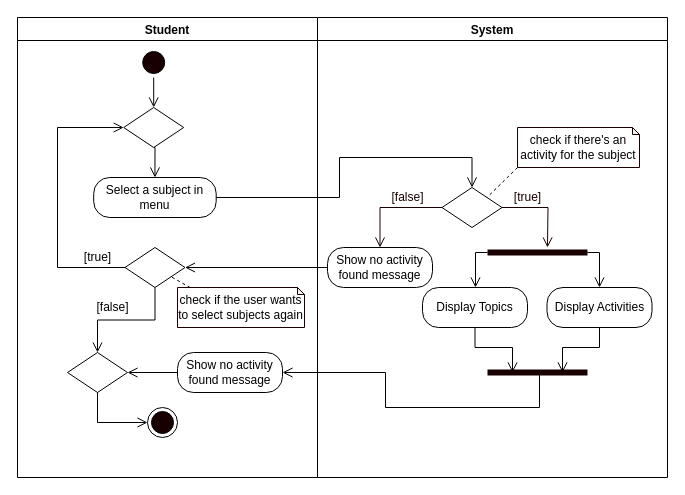
The draw.io diagram page "Open Subjects" (1 of 7) of REVISIONS/UML-DIAGRAMS/6-28-2021/ACTIVITY DIAGRAM/ACTIVITY DIAGRAM3.drawio in mrklglsn/CAPSTONE-FILES, before the edit. Source tidied: cells renumbered, new cells numbered last; positions are measured from the earlier drawing's top-left corner, leaving out a move shared by most shapes. Both pictures are drawn from the tidied source at 100%, with x=0, y=0 at pixel (17, 17).
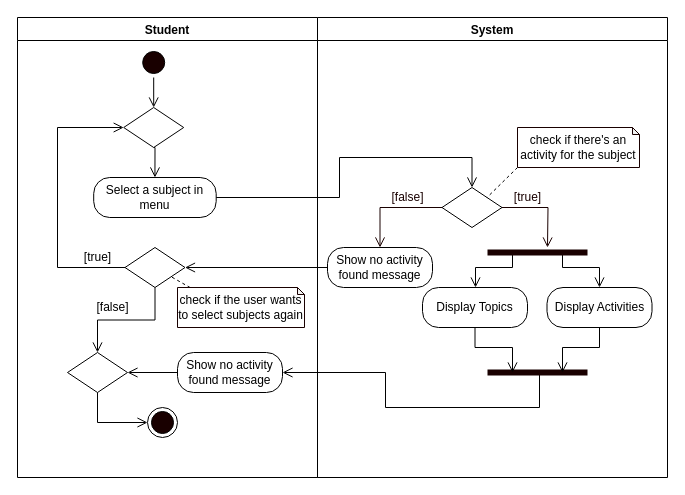
After the change.

Unchanged cells that the change refers to:
```xml
<mxCell id="19" value="System" style="swimlane;" parent="1" vertex="1">
  <mxGeometry x="300" width="350" height="460" as="geometry" />
</mxCell>
<mxCell id="30" style="shape=line;html=1;strokeWidth=6;strokeColor=#190000;" parent="19" vertex="1">
  <mxGeometry x="170" y="230" width="100" height="10" as="geometry" />
</mxCell>
<mxCell id="31" value="Display Topics" style="rounded=1;whiteSpace=wrap;html=1;arcSize=40;" parent="19" vertex="1">
  <mxGeometry x="105" y="270" width="105" height="40" as="geometry" />
</mxCell>
<mxCell id="32" value="Display Activities" style="rounded=1;whiteSpace=wrap;html=1;arcSize=40;" parent="19" vertex="1">
  <mxGeometry x="229.5" y="270" width="105" height="40" as="geometry" />
</mxCell>
```

Diff of the diagram source:
```diff
@@
-    <mxCell id="28" style="edgeStyle=orthogonalEdgeStyle;rounded=0;jettySize=auto;html=1;exitX=1;exitY=0.5;exitDx=0;exitDy=0;exitPerimeter=0;entryX=0.5;entryY=0;entryDx=0;entryDy=0;endArrow=open;endFill=0;endSize=8;" parent="19" edge="1" source="30" target="32">
-      <mxGeometry relative="1" as="geometry" />
+    <mxCell id="28" style="edgeStyle=orthogonalEdgeStyle;rounded=0;jettySize=auto;html=1;exitX=0.75;exitY=0.5;exitDx=0;exitDy=0;exitPerimeter=0;entryX=0.5;entryY=0;entryDx=0;entryDy=0;endArrow=open;endFill=0;endSize=8;" parent="19" edge="1" source="30" target="32">
+      <mxGeometry relative="1" as="geometry">
+        <Array as="points">
+          <mxPoint x="245" y="250" />
+          <mxPoint x="282" y="250" />
+        </Array>
+      </mxGeometry>
     </mxCell>
-    <mxCell id="29" style="edgeStyle=orthogonalEdgeStyle;rounded=0;jettySize=auto;html=1;exitX=0;exitY=0.5;exitDx=0;exitDy=0;exitPerimeter=0;endArrow=open;endFill=0;endSize=8;" parent="19" edge="1" source="30" target="31">
+    <mxCell id="29" style="edgeStyle=orthogonalEdgeStyle;rounded=0;jettySize=auto;html=1;exitX=0.25;exitY=0.5;exitDx=0;exitDy=0;exitPerimeter=0;endArrow=open;endFill=0;endSize=8;" parent="19" edge="1" source="30" target="31">
       <mxGeometry relative="1" as="geometry">
         <Array as="points">
-          <mxPoint x="158" y="235" />
+          <mxPoint x="195" y="250" />
+          <mxPoint x="158" y="250" />
         </Array>
       </mxGeometry>
     </mxCell>
```
